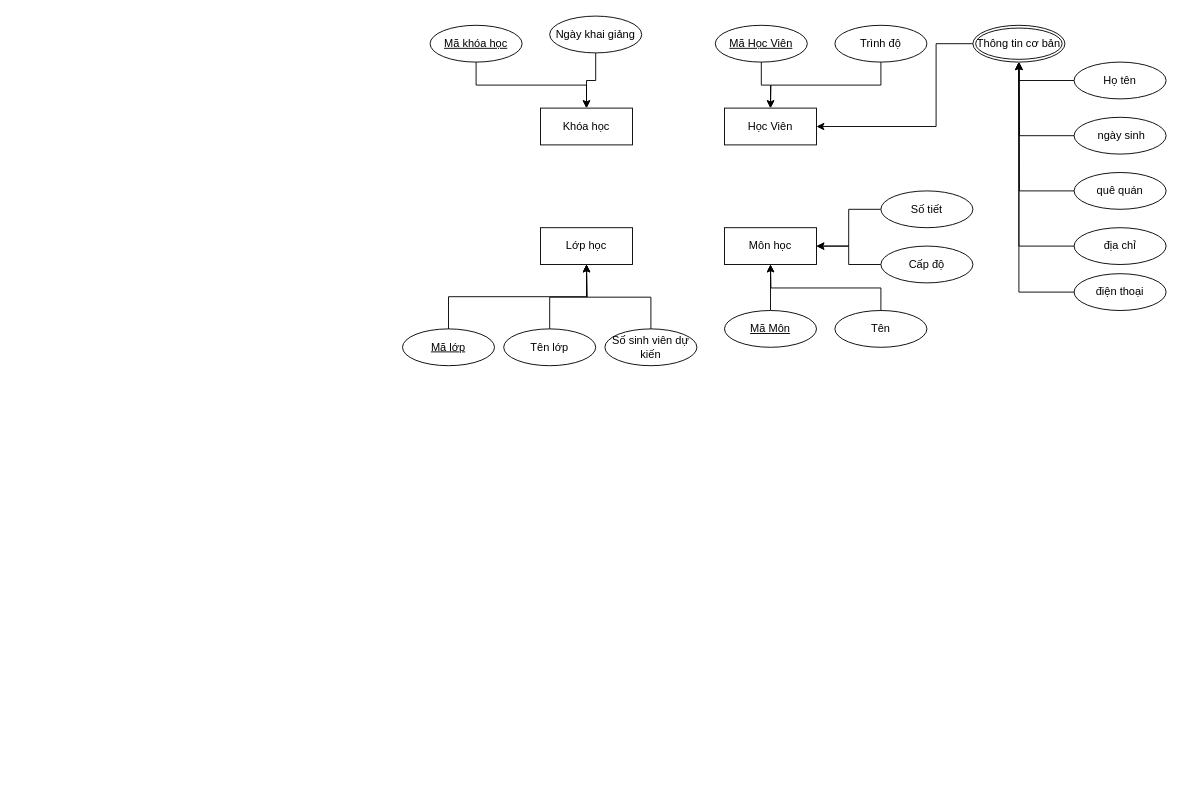
reality8080/DB_Chapter5_HW keeps this draw.io diagram as DB_Chapter5_HW.drawio. Above is the earlier version. Source tidied: cells renumbered, new cells numbered last; positions are measured from the earlier drawing's top-left corner, leaving out a move shared by most shapes. Both pictures are drawn from the tidied source at 92%, with x=0, y=0 at pixel (402, 16).
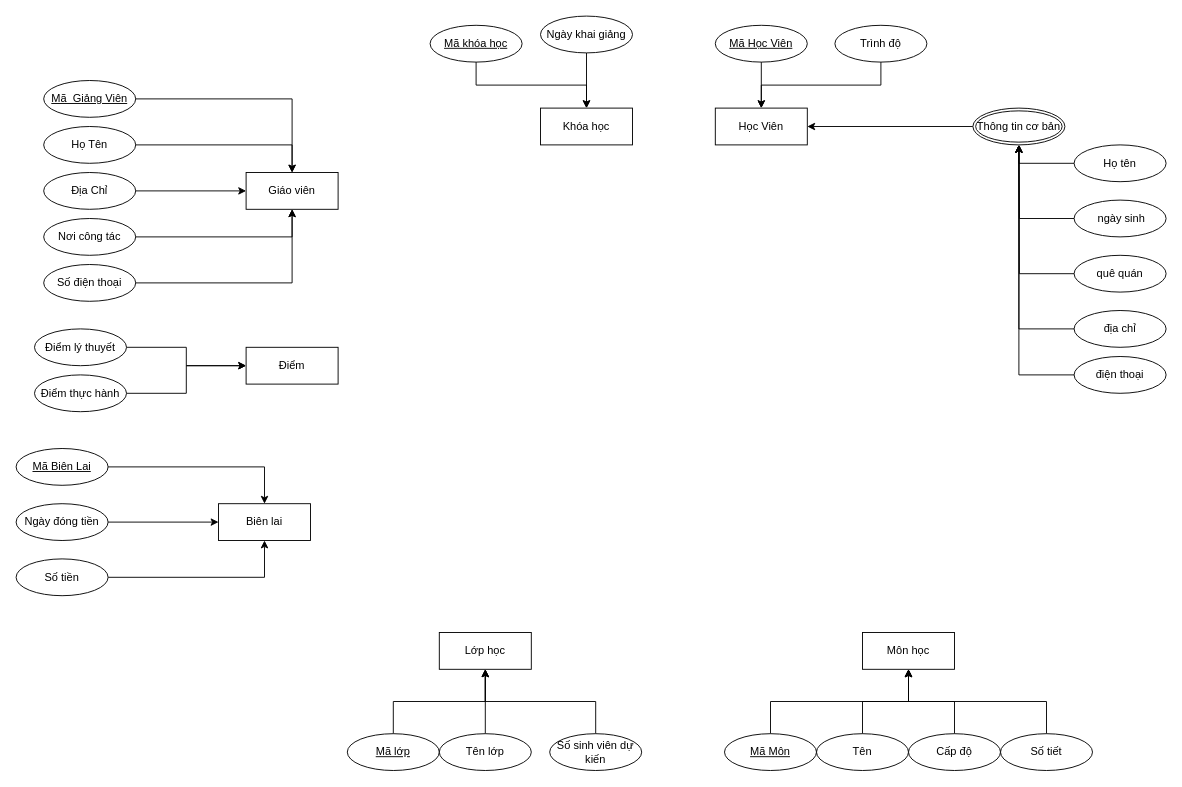
The same diagram, later.

The change refers to these unchanged cells:
```xml
<mxCell id="25" value="Mã Học Viên" style="ellipse;whiteSpace=wrap;html=1;align=center;fontStyle=4;" parent="1" vertex="1">
  <mxGeometry x="340" y="10" width="100" height="40" as="geometry" />
</mxCell>
<mxCell id="27" value="Trình độ" style="ellipse;whiteSpace=wrap;html=1;align=center;" parent="1" vertex="1">
  <mxGeometry x="470" y="10" width="100" height="40" as="geometry" />
</mxCell>
```

Diff of the diagram source:
```diff
@@
     <mxCell id="3" value="Lớp học" style="whiteSpace=wrap;html=1;align=center;" parent="1" vertex="1">
-      <mxGeometry x="150" y="230" width="100" height="40" as="geometry" />
+      <mxGeometry x="40" y="670" width="100" height="40" as="geometry" />
     </mxCell>
     <mxCell id="4" value="Môn học" style="whiteSpace=wrap;html=1;align=center;" parent="1" vertex="1">
-      <mxGeometry x="350" y="230" width="100" height="40" as="geometry" />
+      <mxGeometry x="500" y="670" width="100" height="40" as="geometry" />
     </mxCell>
     <mxCell id="5" value="Học Viên" style="whiteSpace=wrap;html=1;align=center;" parent="1" vertex="1">
-      <mxGeometry x="350" y="100" width="100" height="40" as="geometry" />
+      <mxGeometry x="340" y="100" width="100" height="40" as="geometry" />
     </mxCell>
@@
     <mxCell id="9" value="Ngày khai giảng" style="ellipse;whiteSpace=wrap;html=1;align=center;" parent="1" vertex="1">
-      <mxGeometry x="160" width="100" height="40" as="geometry" />
+      <mxGeometry x="150" width="100" height="40" as="geometry" />
     </mxCell>
@@
     <mxCell id="11" value="Mã lớp" style="ellipse;whiteSpace=wrap;html=1;align=center;fontStyle=4;" parent="1" vertex="1">
-      <mxGeometry y="340" width="100" height="40" as="geometry" />
+      <mxGeometry x="-60" y="780" width="100" height="40" as="geometry" />
     </mxCell>
-    <mxCell id="12" style="edgeStyle=orthogonalEdgeStyle;rounded=0;jettySize=auto;html=1;exitX=0.5;exitY=0;exitDx=0;exitDy=0;" parent="1" edge="1" source="13">
-      <mxGeometry relative="1" as="geometry">
-        <mxPoint x="200" y="270" as="targetPoint" />
-      </mxGeometry>
-    </mxCell>
+    <mxCell id="40" style="edgeStyle=orthogonalEdgeStyle;rounded=0;jettySize=auto;html=1;exitX=0.5;exitY=0;exitDx=0;exitDy=0;entryX=0.5;entryY=1;entryDx=0;entryDy=0;" parent="1" edge="1" source="13" target="3">
+      <mxGeometry relative="1" as="geometry" />
+    </mxCell>
     <mxCell id="13" value="Tên lớp" style="ellipse;whiteSpace=wrap;html=1;align=center;" parent="1" vertex="1">
-      <mxGeometry x="110" y="340" width="100" height="40" as="geometry" />
+      <mxGeometry x="40" y="780" width="100" height="40" as="geometry" />
     </mxCell>
-    <mxCell id="14" style="edgeStyle=orthogonalEdgeStyle;rounded=0;jettySize=auto;html=1;exitX=0.5;exitY=0;exitDx=0;exitDy=0;" parent="1" edge="1" source="15">
-      <mxGeometry relative="1" as="geometry">
-        <mxPoint x="200" y="270" as="targetPoint" />
-      </mxGeometry>
-    </mxCell>
+    <mxCell id="41" style="edgeStyle=orthogonalEdgeStyle;rounded=0;jettySize=auto;html=1;exitX=0.5;exitY=0;exitDx=0;exitDy=0;" parent="1" edge="1" source="15" target="3">
+      <mxGeometry relative="1" as="geometry" />
+    </mxCell>
     <mxCell id="15" value="Số sinh viên dự kiến" style="ellipse;whiteSpace=wrap;html=1;align=center;" parent="1" vertex="1">
-      <mxGeometry x="220" y="340" width="100" height="40" as="geometry" />
+      <mxGeometry x="160" y="780" width="100" height="40" as="geometry" />
     </mxCell>
-    <mxCell id="16" style="edgeStyle=orthogonalEdgeStyle;rounded=0;jettySize=auto;html=1;exitX=0.5;exitY=0;exitDx=0;exitDy=0;entryX=0.5;entryY=1;entryDx=0;entryDy=0;" parent="1" edge="1" source="17" target="4">
+    <mxCell id="16" style="edgeStyle=orthogonalEdgeStyle;rounded=0;jettySize=auto;html=1;exitX=0.5;exitY=0;exitDx=0;exitDy=0;" parent="1" edge="1" source="17" target="4">
       <mxGeometry relative="1" as="geometry" />
     </mxCell>
     <mxCell id="17" value="Mã Môn" style="ellipse;whiteSpace=wrap;html=1;align=center;fontStyle=4;" parent="1" vertex="1">
-      <mxGeometry x="350" y="320" width="100" height="40" as="geometry" />
+      <mxGeometry x="350" y="780" width="100" height="40" as="geometry" />
     </mxCell>
-    <mxCell id="18" style="edgeStyle=orthogonalEdgeStyle;rounded=0;jettySize=auto;html=1;exitX=0.5;exitY=0;exitDx=0;exitDy=0;" parent="1" edge="1" source="19">
-      <mxGeometry relative="1" as="geometry">
-        <mxPoint x="400" y="270" as="targetPoint" />
-      </mxGeometry>
-    </mxCell>
+    <mxCell id="42" style="edgeStyle=orthogonalEdgeStyle;rounded=0;jettySize=auto;html=1;exitX=0.5;exitY=0;exitDx=0;exitDy=0;" parent="1" edge="1" source="19" target="4">
+      <mxGeometry relative="1" as="geometry" />
+    </mxCell>
     <mxCell id="19" value="Tên" style="ellipse;whiteSpace=wrap;html=1;align=center;" parent="1" vertex="1">
-      <mxGeometry x="470" y="320" width="100" height="40" as="geometry" />
+      <mxGeometry x="450" y="780" width="100" height="40" as="geometry" />
     </mxCell>
-    <mxCell id="20" style="edgeStyle=orthogonalEdgeStyle;rounded=0;jettySize=auto;html=1;exitX=0;exitY=0.5;exitDx=0;exitDy=0;entryX=1;entryY=0.5;entryDx=0;entryDy=0;" parent="1" edge="1" source="21" target="4">
+    <mxCell id="20" style="edgeStyle=orthogonalEdgeStyle;rounded=0;jettySize=auto;html=1;exitX=0.5;exitY=0;exitDx=0;exitDy=0;" parent="1" edge="1" source="21" target="4">
       <mxGeometry relative="1" as="geometry" />
     </mxCell>
     <mxCell id="21" value="Cấp độ" style="ellipse;whiteSpace=wrap;html=1;align=center;" parent="1" vertex="1">
-      <mxGeometry x="520" y="250" width="100" height="40" as="geometry" />
+      <mxGeometry x="550" y="780" width="100" height="40" as="geometry" />
     </mxCell>
-    <mxCell id="22" style="edgeStyle=orthogonalEdgeStyle;rounded=0;jettySize=auto;html=1;exitX=0;exitY=0.5;exitDx=0;exitDy=0;entryX=1;entryY=0.5;entryDx=0;entryDy=0;" parent="1" edge="1" source="23" target="4">
+    <mxCell id="22" style="edgeStyle=orthogonalEdgeStyle;rounded=0;jettySize=auto;html=1;exitX=0.5;exitY=0;exitDx=0;exitDy=0;" parent="1" edge="1" source="23" target="4">
       <mxGeometry relative="1" as="geometry" />
     </mxCell>
     <mxCell id="23" value="Số tiết" style="ellipse;whiteSpace=wrap;html=1;align=center;" parent="1" vertex="1">
-      <mxGeometry x="520" y="190" width="100" height="40" as="geometry" />
+      <mxGeometry x="650" y="780" width="100" height="40" as="geometry" />
     </mxCell>
-    <mxCell id="24" style="edgeStyle=orthogonalEdgeStyle;rounded=0;jettySize=auto;html=1;exitX=0.5;exitY=1;exitDx=0;exitDy=0;entryX=0.5;entryY=0;entryDx=0;entryDy=0;" parent="1" edge="1" source="25" target="5">
+    <mxCell id="24" style="edgeStyle=orthogonalEdgeStyle;rounded=0;jettySize=auto;html=1;exitX=0.5;exitY=1;exitDx=0;exitDy=0;" parent="1" edge="1" source="25" target="5">
       <mxGeometry relative="1" as="geometry" />
     </mxCell>
@@
-    <mxCell id="26" style="edgeStyle=orthogonalEdgeStyle;rounded=0;jettySize=auto;html=1;exitX=0.5;exitY=1;exitDx=0;exitDy=0;" parent="1" edge="1" source="27">
-      <mxGeometry relative="1" as="geometry">
-        <mxPoint x="400" y="100" as="targetPoint" />
-      </mxGeometry>
-    </mxCell>
+    <mxCell id="43" style="edgeStyle=orthogonalEdgeStyle;rounded=0;jettySize=auto;html=1;exitX=0.5;exitY=1;exitDx=0;exitDy=0;" parent="1" edge="1" source="27" target="5">
+      <mxGeometry relative="1" as="geometry" />
+    </mxCell>
@@
     <mxCell id="28" style="edgeStyle=orthogonalEdgeStyle;rounded=0;jettySize=auto;html=1;exitX=0;exitY=0.5;exitDx=0;exitDy=0;entryX=1;entryY=0.5;entryDx=0;entryDy=0;" parent="1" edge="1" source="29" target="5">
-      <mxGeometry relative="1" as="geometry">
-        <Array as="points">
-          <mxPoint x="580" y="30" />
-          <mxPoint x="580" y="120" />
-        </Array>
-      </mxGeometry>
+      <mxGeometry relative="1" as="geometry" />
     </mxCell>
     <mxCell id="29" value="Thông tin cơ bản" style="ellipse;shape=doubleEllipse;margin=3;whiteSpace=wrap;html=1;align=center;" parent="1" vertex="1">
-      <mxGeometry x="620" y="10" width="100" height="40" as="geometry" />
+      <mxGeometry x="620" y="100" width="100" height="40" as="geometry" />
     </mxCell>
     <mxCell id="30" style="edgeStyle=orthogonalEdgeStyle;rounded=0;jettySize=auto;html=1;exitX=0;exitY=0.5;exitDx=0;exitDy=0;" parent="1" edge="1" source="31">
       <mxGeometry relative="1" as="geometry">
-        <mxPoint x="670" y="50" as="targetPoint" />
+        <mxPoint x="670" y="140" as="targetPoint" />
       </mxGeometry>
     </mxCell>
     <mxCell id="31" value="&amp;nbsp;ngày sinh" style="ellipse;whiteSpace=wrap;html=1;align=center;" parent="1" vertex="1">
-      <mxGeometry x="730" y="110" width="100" height="40" as="geometry" />
+      <mxGeometry x="730" y="200" width="100" height="40" as="geometry" />
     </mxCell>
     <mxCell id="32" style="edgeStyle=orthogonalEdgeStyle;rounded=0;jettySize=auto;html=1;exitX=0;exitY=0.5;exitDx=0;exitDy=0;" parent="1" edge="1" source="33">
       <mxGeometry relative="1" as="geometry">
-        <mxPoint x="670" y="50" as="targetPoint" />
+        <mxPoint x="670" y="140" as="targetPoint" />
       </mxGeometry>
     </mxCell>
     <mxCell id="33" value=" quê quán" style="ellipse;whiteSpace=wrap;html=1;align=center;" parent="1" vertex="1">
-      <mxGeometry x="730" y="170" width="100" height="40" as="geometry" />
+      <mxGeometry x="730" y="260" width="100" height="40" as="geometry" />
     </mxCell>
@@
     <mxCell id="35" value="Họ tên" style="ellipse;whiteSpace=wrap;html=1;align=center;" parent="1" vertex="1">
-      <mxGeometry x="730" y="50" width="100" height="40" as="geometry" />
+      <mxGeometry x="730" y="140" width="100" height="40" as="geometry" />
     </mxCell>
@@
     <mxCell id="37" value=" địa chỉ" style="ellipse;whiteSpace=wrap;html=1;align=center;" parent="1" vertex="1">
-      <mxGeometry x="730" y="230" width="100" height="40" as="geometry" />
+      <mxGeometry x="730" y="320" width="100" height="40" as="geometry" />
     </mxCell>
@@
     <mxCell id="39" value="điện thoại" style="ellipse;whiteSpace=wrap;html=1;align=center;" parent="1" vertex="1">
-      <mxGeometry x="730" y="280" width="100" height="40" as="geometry" />
+      <mxGeometry x="730" y="370" width="100" height="40" as="geometry" />
     </mxCell>
+    <mxCell id="44" value="Điểm" style="whiteSpace=wrap;html=1;align=center;" parent="1" vertex="1">
+      <mxGeometry x="-170" y="360" width="100" height="40" as="geometry" />
+    </mxCell>
+    <mxCell id="45" value="Giáo viên" style="whiteSpace=wrap;html=1;align=center;" parent="1" vertex="1">
+      <mxGeometry x="-170" y="170" width="100" height="40" as="geometry" />
+    </mxCell>
+    <mxCell id="46" value="Biên lai" style="whiteSpace=wrap;html=1;align=center;" parent="1" vertex="1">
+      <mxGeometry x="-200" y="530" width="100" height="40" as="geometry" />
+    </mxCell>
+    <mxCell id="47" style="edgeStyle=orthogonalEdgeStyle;rounded=0;jettySize=auto;html=1;exitX=1;exitY=0.5;exitDx=0;exitDy=0;" parent="1" edge="1" source="48" target="45">
+      <mxGeometry relative="1" as="geometry" />
+    </mxCell>
+    <mxCell id="48" value="Mã&amp;nbsp; Giảng Viên" style="ellipse;whiteSpace=wrap;html=1;align=center;fontStyle=4;" parent="1" vertex="1">
+      <mxGeometry x="-390" y="70" width="100" height="40" as="geometry" />
+    </mxCell>
+    <mxCell id="49" style="edgeStyle=orthogonalEdgeStyle;rounded=0;jettySize=auto;html=1;exitX=1;exitY=0.5;exitDx=0;exitDy=0;" parent="1" edge="1" source="50" target="45">
+      <mxGeometry relative="1" as="geometry" />
+    </mxCell>
+    <mxCell id="50" value="Họ Tên" style="ellipse;whiteSpace=wrap;html=1;align=center;" parent="1" vertex="1">
+      <mxGeometry x="-390" y="120" width="100" height="40" as="geometry" />
+    </mxCell>
+    <mxCell id="51" style="edgeStyle=orthogonalEdgeStyle;rounded=0;jettySize=auto;html=1;exitX=1;exitY=0.5;exitDx=0;exitDy=0;" parent="1" edge="1" source="52" target="45">
+      <mxGeometry relative="1" as="geometry" />
+    </mxCell>
+    <mxCell id="52" value="Địa Chỉ" style="ellipse;whiteSpace=wrap;html=1;align=center;" parent="1" vertex="1">
+      <mxGeometry x="-390" y="170" width="100" height="40" as="geometry" />
+    </mxCell>
+    <mxCell id="53" style="edgeStyle=orthogonalEdgeStyle;rounded=0;jettySize=auto;html=1;exitX=1;exitY=0.5;exitDx=0;exitDy=0;" parent="1" edge="1" source="54" target="45">
+      <mxGeometry relative="1" as="geometry" />
+    </mxCell>
+    <mxCell id="54" value="Nơi công tác" style="ellipse;whiteSpace=wrap;html=1;align=center;" parent="1" vertex="1">
+      <mxGeometry x="-390" y="220" width="100" height="40" as="geometry" />
+    </mxCell>
+    <mxCell id="55" style="edgeStyle=orthogonalEdgeStyle;rounded=0;jettySize=auto;html=1;exitX=1;exitY=0.5;exitDx=0;exitDy=0;" parent="1" edge="1" source="56" target="45">
+      <mxGeometry relative="1" as="geometry" />
+    </mxCell>
+    <mxCell id="56" value="Số điện thoại" style="ellipse;whiteSpace=wrap;html=1;align=center;" parent="1" vertex="1">
+      <mxGeometry x="-390" y="270" width="100" height="40" as="geometry" />
+    </mxCell>
+    <mxCell id="57" style="edgeStyle=orthogonalEdgeStyle;rounded=0;jettySize=auto;html=1;exitX=1;exitY=0.5;exitDx=0;exitDy=0;" parent="1" edge="1" source="58" target="44">
+      <mxGeometry relative="1" as="geometry" />
+    </mxCell>
+    <mxCell id="58" value="Điểm thực hành" style="ellipse;whiteSpace=wrap;html=1;align=center;" parent="1" vertex="1">
+      <mxGeometry x="-400" y="390" width="100" height="40" as="geometry" />
+    </mxCell>
+    <mxCell id="59" style="edgeStyle=orthogonalEdgeStyle;rounded=0;jettySize=auto;html=1;exitX=1;exitY=0.5;exitDx=0;exitDy=0;entryX=0;entryY=0.5;entryDx=0;entryDy=0;" parent="1" edge="1" source="60" target="44">
+      <mxGeometry relative="1" as="geometry" />
+    </mxCell>
+    <mxCell id="60" value="Điểm lý thuyết" style="ellipse;whiteSpace=wrap;html=1;align=center;" parent="1" vertex="1">
+      <mxGeometry x="-400" y="340" width="100" height="40" as="geometry" />
+    </mxCell>
+    <mxCell id="61" style="edgeStyle=orthogonalEdgeStyle;rounded=0;jettySize=auto;html=1;exitX=1;exitY=0.5;exitDx=0;exitDy=0;entryX=0.5;entryY=0;entryDx=0;entryDy=0;" parent="1" edge="1" source="62" target="46">
+      <mxGeometry relative="1" as="geometry" />
+    </mxCell>
+    <mxCell id="62" value="Mã Biên Lai" style="ellipse;whiteSpace=wrap;html=1;align=center;fontStyle=4;" parent="1" vertex="1">
+      <mxGeometry x="-420" y="470" width="100" height="40" as="geometry" />
+    </mxCell>
+    <mxCell id="63" style="edgeStyle=orthogonalEdgeStyle;rounded=0;jettySize=auto;html=1;exitX=1;exitY=0.5;exitDx=0;exitDy=0;" parent="1" edge="1" source="64" target="46">
+      <mxGeometry relative="1" as="geometry" />
+    </mxCell>
+    <mxCell id="64" value="Ngày đóng tiền" style="ellipse;whiteSpace=wrap;html=1;align=center;" parent="1" vertex="1">
+      <mxGeometry x="-420" y="530" width="100" height="40" as="geometry" />
+    </mxCell>
+    <mxCell id="65" style="edgeStyle=orthogonalEdgeStyle;rounded=0;jettySize=auto;html=1;exitX=1;exitY=0.5;exitDx=0;exitDy=0;" parent="1" edge="1" source="66" target="46">
+      <mxGeometry relative="1" as="geometry" />
+    </mxCell>
+    <mxCell id="66" value="Số tiền" style="ellipse;whiteSpace=wrap;html=1;align=center;" parent="1" vertex="1">
+      <mxGeometry x="-420" y="590" width="100" height="40" as="geometry" />
+    </mxCell>
```
